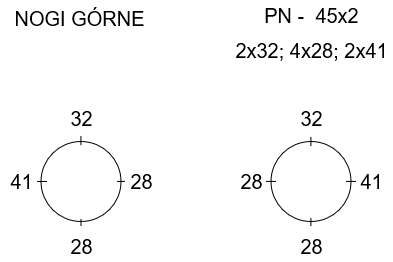
Above: Diagram bez tytułu5.png in adamski83/sklep (draw.io), before the change. Source tidied: cells renumbered, new cells last; positions are measured from the earlier drawing's top-left corner, leaving out a move shared by most shapes.
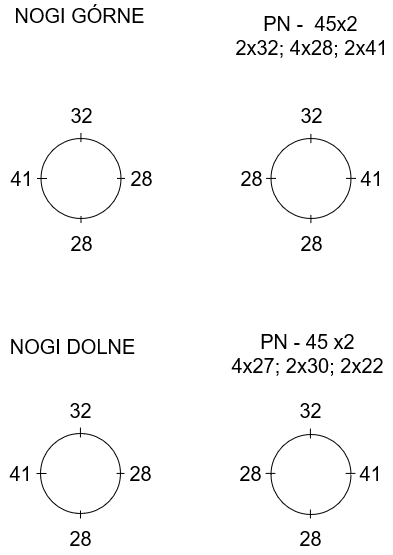
The same file after the commit.

What changed in the source:
```diff
@@ -87,10 +87,97 @@
       </mxGeometry>
     </mxCell>
     <mxCell id="21" value="PN -&amp;nbsp; 45x2" style="text;html=1;align=center;verticalAlign=middle;fontSize=20;" parent="1" vertex="1">
-      <mxGeometry x="257" width="105" height="29" as="geometry" />
+      <mxGeometry x="256.5" y="12" width="105" height="29" as="geometry" />
     </mxCell>
     <mxCell id="22" value="2x32; 4x28; 2x41" style="text;html=1;align=center;verticalAlign=middle;fontSize=20;" parent="1" vertex="1">
       <mxGeometry x="228" y="36" width="163" height="29" as="geometry" />
     </mxCell>
+    <mxCell id="23" value="NOGI DOLNE" style="text;html=1;align=center;verticalAlign=middle;fontSize=20;" parent="1" vertex="1">
+      <mxGeometry x="2" y="335" width="137" height="29" as="geometry" />
+    </mxCell>
+    <mxCell id="24" style="ellipse;whiteSpace=wrap;html=1;rounded=0;sketch=0;strokeColor=#000000;strokeWidth=1;fillColor=none;fontSize=20;" parent="1" vertex="1">
+      <mxGeometry x="39" y="436" width="80" height="80" as="geometry" />
+    </mxCell>
+    <mxCell id="25" value="41" style="text;html=1;align=center;verticalAlign=middle;fontSize=20;" parent="1" vertex="1">
+      <mxGeometry x="-1" y="461" width="40" height="30" as="geometry" />
+    </mxCell>
+    <mxCell id="26" value="28" style="text;html=1;align=center;verticalAlign=middle;fontSize=20;" parent="1" vertex="1">
+      <mxGeometry x="119" y="461" width="40" height="30" as="geometry" />
+    </mxCell>
+    <mxCell id="27" value="28" style="text;html=1;align=center;verticalAlign=middle;fontSize=20;" parent="1" vertex="1">
+      <mxGeometry x="59" y="526" width="40" height="30" as="geometry" />
+    </mxCell>
+    <mxCell id="28" value="32" style="text;html=1;align=center;verticalAlign=middle;fontSize=20;" parent="1" vertex="1">
+      <mxGeometry x="59" y="398" width="40" height="30" as="geometry" />
+    </mxCell>
+    <mxCell id="29" style="ellipse;whiteSpace=wrap;html=1;rounded=0;sketch=0;strokeColor=#000000;strokeWidth=1;fillColor=none;fontSize=20;" parent="1" vertex="1">
+      <mxGeometry x="269.5" y="437" width="80" height="80" as="geometry" />
+    </mxCell>
+    <mxCell id="30" value="41" style="text;html=1;align=center;verticalAlign=middle;fontSize=20;" parent="1" vertex="1">
+      <mxGeometry x="349" y="461" width="40" height="30" as="geometry" />
+    </mxCell>
+    <mxCell id="31" value="28" style="text;html=1;align=center;verticalAlign=middle;fontSize=20;" parent="1" vertex="1">
+      <mxGeometry x="229" y="461" width="40" height="30" as="geometry" />
+    </mxCell>
+    <mxCell id="32" value="28" style="text;html=1;align=center;verticalAlign=middle;fontSize=20;" parent="1" vertex="1">
+      <mxGeometry x="289" y="526" width="40" height="30" as="geometry" />
+    </mxCell>
+    <mxCell id="33" value="32" style="text;html=1;align=center;verticalAlign=middle;fontSize=20;" parent="1" vertex="1">
+      <mxGeometry x="289" y="398" width="40" height="30" as="geometry" />
+    </mxCell>
+    <mxCell id="34" style="endArrow=none;html=1;strokeColor=#000000;strokeWidth=1;fontSize=20;" parent="1" edge="1">
+      <mxGeometry relative="1" as="geometry">
+        <mxPoint x="78.9" y="440" as="sourcePoint" />
+        <mxPoint x="78.9" y="430" as="targetPoint" />
+        <Array as="points">
+          <mxPoint x="78.9" y="440" />
+        </Array>
+      </mxGeometry>
+    </mxCell>
+    <mxCell id="35" style="endArrow=none;html=1;strokeColor=#000000;strokeWidth=1;fontSize=20;" parent="1" edge="1">
+      <mxGeometry relative="1" as="geometry">
+        <mxPoint x="79" y="521" as="sourcePoint" />
+        <mxPoint x="79" y="513" as="targetPoint" />
+      </mxGeometry>
+    </mxCell>
+    <mxCell id="36" style="endArrow=none;html=1;strokeColor=#000000;strokeWidth=1;fontSize=20;" parent="1" edge="1">
+      <mxGeometry relative="1" as="geometry">
+        <mxPoint x="35" y="476" as="sourcePoint" />
+        <mxPoint x="45" y="476" as="targetPoint" />
+      </mxGeometry>
+    </mxCell>
+    <mxCell id="37" style="endArrow=none;html=1;strokeColor=#000000;strokeWidth=1;fontSize=20;" parent="1" edge="1">
+      <mxGeometry relative="1" as="geometry">
+        <mxPoint x="123" y="475.9" as="sourcePoint" />
+        <mxPoint x="115" y="475.9" as="targetPoint" />
+      </mxGeometry>
+    </mxCell>
+    <mxCell id="38" style="endArrow=none;html=1;strokeColor=#000000;strokeWidth=1;fontSize=20;" parent="1" edge="1">
+      <mxGeometry relative="1" as="geometry">
+        <mxPoint x="308.9" y="441" as="sourcePoint" />
+        <mxPoint x="308.9" y="431" as="targetPoint" />
+      </mxGeometry>
+    </mxCell>
+    <mxCell id="39" style="endArrow=none;html=1;strokeColor=#000000;strokeWidth=1;fontSize=20;" parent="1" edge="1">
+      <mxGeometry relative="1" as="geometry">
+        <mxPoint x="308.9" y="521" as="sourcePoint" />
+        <mxPoint x="308.9" y="512" as="targetPoint" />
+      </mxGeometry>
+    </mxCell>
+    <mxCell id="40" style="endArrow=none;html=1;strokeColor=#000000;strokeWidth=1;fontSize=20;" parent="1" edge="1">
+      <mxGeometry relative="1" as="geometry">
+        <mxPoint x="354" y="475.9" as="sourcePoint" />
+        <mxPoint x="344" y="475.9" as="targetPoint" />
+      </mxGeometry>
+    </mxCell>
+    <mxCell id="41" style="endArrow=none;html=1;strokeColor=#000000;strokeWidth=1;fontSize=20;" parent="1" edge="1">
+      <mxGeometry relative="1" as="geometry">
+        <mxPoint x="264" y="475.9" as="sourcePoint" />
+        <mxPoint x="274" y="475.9" as="targetPoint" />
+      </mxGeometry>
+    </mxCell>
+    <mxCell id="42" value="&lt;div&gt;PN - 45 x2&lt;/div&gt;&lt;div&gt;4x27; 2x30; 2x22&lt;br&gt;&lt;/div&gt;" style="text;html=1;align=center;verticalAlign=middle;fontSize=20;" parent="1" vertex="1">
+      <mxGeometry x="225" y="329" width="163" height="53" as="geometry" />
+    </mxCell>
   </root>
 </mxGraphModel>
```
